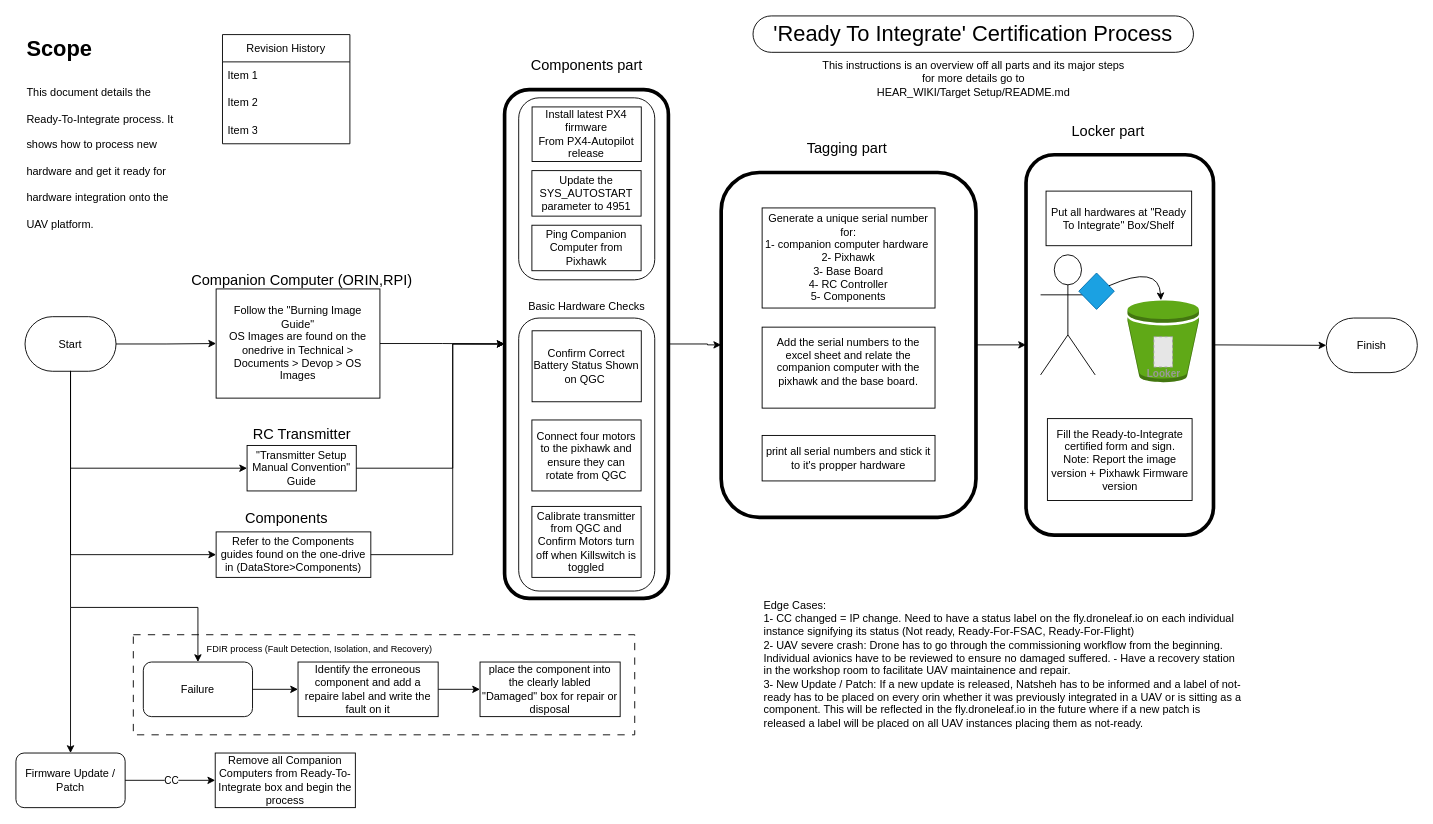
The draw.io diagram Guide/Hardware and Process/Commissioning/1 Ready to integrate/ready_to_integrate.drawio in DroneLeaf/HEAR_wiki, before the edit. Source tidied: cells renumbered, new cells numbered last; positions are measured from the earlier drawing's top-left corner, leaving out a move shared by most shapes. Both pictures are drawn from the tidied source at 91%, with x=0, y=0 at pixel (15, 15). Pictures stored in the file or linked from it are replaced by grey dashed boxes.
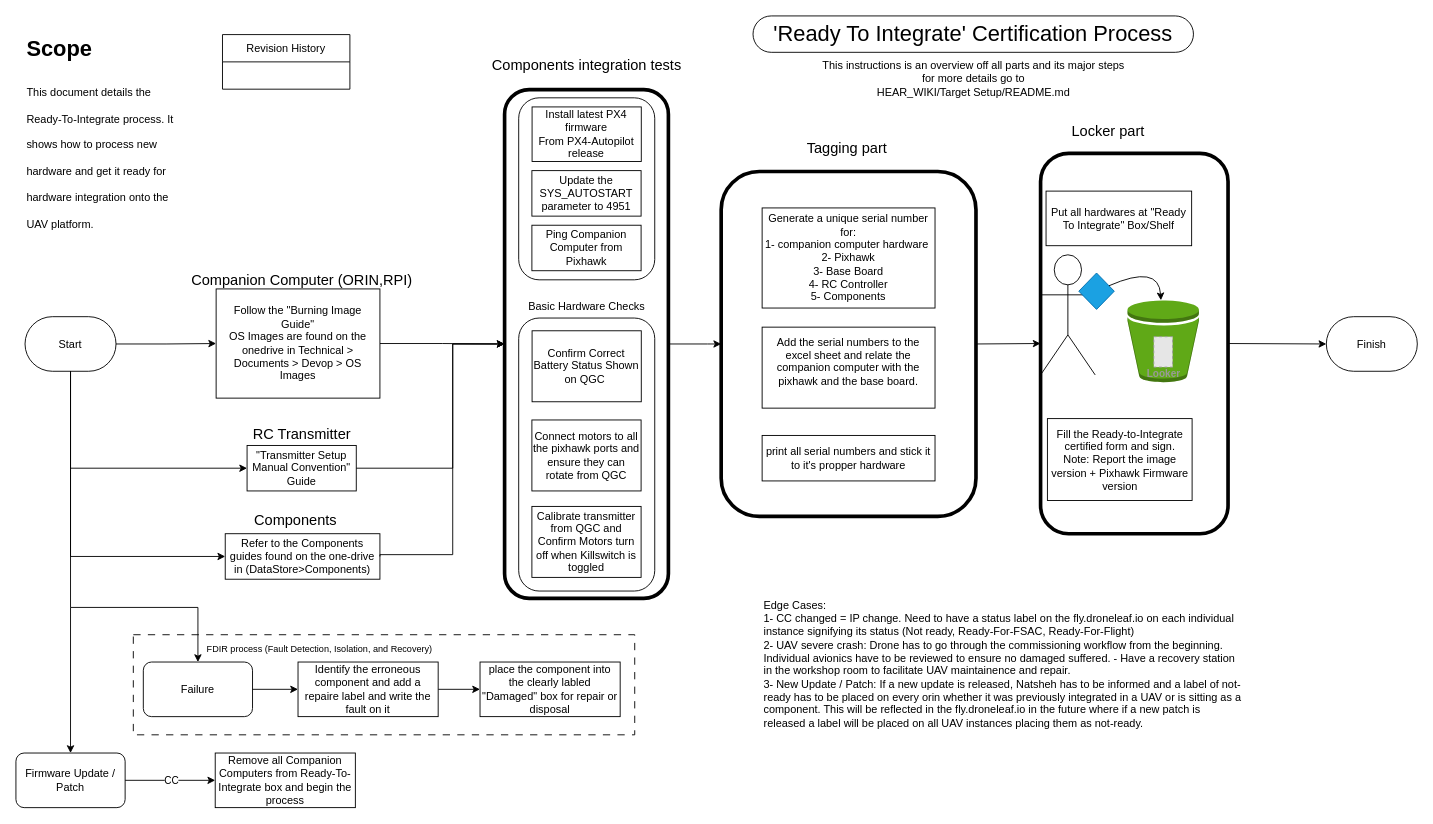
Above is the later version.

Commit message (it also covers changes not shown here):
Update commissioning diagram and add storage data model documentation

The change refers to these unchanged cells:
```xml
<mxCell id="17" value="&lt;div&gt;Start&lt;/div&gt;" style="rounded=1;whiteSpace=wrap;html=1;arcSize=50;" parent="1" vertex="1">
  <mxGeometry x="10" y="330.5" width="100" height="60" as="geometry" />
</mxCell>
<mxCell id="47" style="group;" parent="1" vertex="1">
  <mxGeometry x="775" y="130" width="280" height="421" as="geometry" />
</mxCell>
```

Change to the diagram source:
```diff
@@
     <mxCell id="6" style="rounded=1;whiteSpace=wrap;html=1;fillColor=none;strokeWidth=4;" parent="1" vertex="1">
-      <mxGeometry x="1110" y="152.5" width="206" height="418" as="geometry" />
+      <mxGeometry x="1126" y="151" width="206" height="418" as="geometry" />
     </mxCell>
@@
-    <mxCell id="14" value="&lt;font style=&quot;font-size: 16px;&quot;&gt;Components part&lt;/font&gt;" style="text;html=1;align=center;verticalAlign=middle;strokeColor=none;fillColor=none;" parent="1" vertex="1">
-      <mxGeometry x="552" y="39" width="150" height="30" as="geometry" />
+    <mxCell id="14" value="&lt;font style=&quot;font-size: 16px;&quot;&gt;Components integration tests&lt;/font&gt;" style="text;html=1;align=center;verticalAlign=middle;strokeColor=none;fillColor=none;" parent="1" vertex="1">
+      <mxGeometry x="512" y="39" width="230" height="30" as="geometry" />
     </mxCell>
@@
+    <mxCell id="67" style="edgeStyle=orthogonalEdgeStyle;rounded=0;jettySize=auto;html=1;exitX=0.5;exitY=1;exitDx=0;exitDy=0;entryX=0;entryY=0.5;entryDx=0;entryDy=0;" parent="1" edge="1" source="17" target="37">
+      <mxGeometry relative="1" as="geometry" />
+    </mxCell>
@@
     <mxCell id="19" value="&lt;div&gt;Finish&lt;/div&gt;" style="rounded=1;whiteSpace=wrap;html=1;arcSize=50;" parent="1" vertex="1">
-      <mxGeometry x="1440" y="332" width="100" height="60" as="geometry" />
+      <mxGeometry x="1440" y="330.5" width="100" height="60" as="geometry" />
     </mxCell>
@@
-    <mxCell id="29" value="Connect four motors to the pixhawk and ensure they can rotate from QGC" style="rounded=1;whiteSpace=wrap;html=1;fontSize=12;glass=0;strokeWidth=1;shadow=0;arcSize=0;" parent="1" vertex="1">
+    <mxCell id="29" value="Connect motors to all the pixhawk ports and ensure they can rotate from QGC" style="rounded=1;whiteSpace=wrap;html=1;fontSize=12;glass=0;strokeWidth=1;shadow=0;arcSize=0;" parent="1" vertex="1">
       <mxGeometry x="567" y="444" width="120" height="78" as="geometry" />
     </mxCell>
@@
     <mxCell id="37" value="Refer to the Components guides found on the one-drive in (DataStore&amp;gt;Components)" style="rounded=1;whiteSpace=wrap;html=1;fontSize=12;glass=0;strokeWidth=1;shadow=0;arcSize=0;" parent="1" vertex="1">
-      <mxGeometry x="220" y="567" width="170" height="50" as="geometry" />
+      <mxGeometry x="230" y="569" width="170" height="50" as="geometry" />
     </mxCell>
-    <mxCell id="38" style="edgeStyle=orthogonalEdgeStyle;rounded=0;jettySize=auto;html=1;entryX=0;entryY=0.5;entryDx=0;entryDy=0;" parent="1" edge="1" target="37">
-      <mxGeometry relative="1" as="geometry">
-        <mxPoint x="60" y="390" as="sourcePoint" />
-        <Array as="points">
-          <mxPoint x="60" y="592" />
-        </Array>
-      </mxGeometry>
-    </mxCell>
@@
     <mxCell id="40" value="&lt;span style=&quot;font-size: 16px;&quot;&gt;Components&lt;/span&gt;" style="text;html=1;align=center;verticalAlign=middle;strokeColor=none;fillColor=none;" parent="1" vertex="1">
-      <mxGeometry x="242" y="537" width="110" height="30" as="geometry" />
+      <mxGeometry x="252" y="539" width="110" height="30" as="geometry" />
     </mxCell>
@@
     <mxCell id="48" style="rounded=1;whiteSpace=wrap;html=1;fillColor=none;strokeWidth=4;" parent="47" vertex="1">
-      <mxGeometry y="42" width="280" height="379" as="geometry" />
+      <mxGeometry y="41" width="280" height="379" as="geometry" />
     </mxCell>
@@
     <mxCell id="62" value="Revision History" style="swimlane;fontStyle=0;horizontal=1;startSize=30;whiteSpace=wrap;html=1;" parent="1" vertex="1">
-      <mxGeometry x="227" y="20.5" width="140" height="120" as="geometry" />
+      <mxGeometry x="227" y="20.5" width="140" height="60" as="geometry" />
     </mxCell>
-    <mxCell id="63" value="Item 1" style="text;strokeColor=none;fillColor=none;align=left;verticalAlign=middle;spacingLeft=4;spacingRight=4;overflow=hidden;whiteSpace=wrap;html=1;" parent="62" vertex="1">
-      <mxGeometry y="30" width="140" height="30" as="geometry" />
-    </mxCell>
-    <mxCell id="64" value="Item 2" style="text;strokeColor=none;fillColor=none;align=left;verticalAlign=middle;spacingLeft=4;spacingRight=4;overflow=hidden;whiteSpace=wrap;html=1;" parent="62" vertex="1">
-      <mxGeometry y="60" width="140" height="30" as="geometry" />
-    </mxCell>
-    <mxCell id="65" value="Item 3" style="text;strokeColor=none;fillColor=none;align=left;verticalAlign=middle;spacingLeft=4;spacingRight=4;overflow=hidden;whiteSpace=wrap;html=1;" parent="62" vertex="1">
-      <mxGeometry y="90" width="140" height="30" as="geometry" />
-    </mxCell>
```
